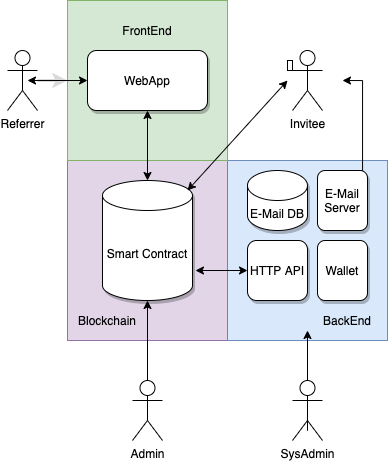
Earlier version of the draw.io export docs/img/services.png (edenia/proton-affiliate). Source tidied: cells renumbered, new cells last; positions are measured from the earlier drawing's top-left corner, leaving out a move shared by most shapes.
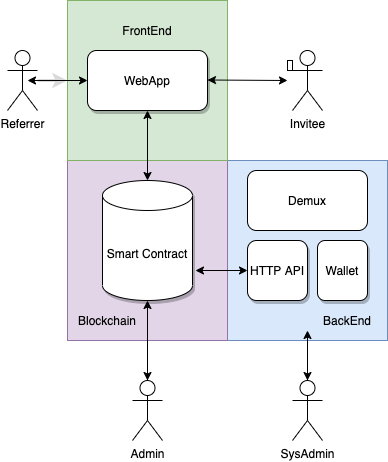
After the change.

The edit, as a diff of the source:
```diff
@@ -2,9 +2,15 @@
   <root>
     <mxCell id="0" />
     <mxCell id="1" parent="0" />
+    <mxCell id="27" style="edgeStyle=orthogonalEdgeStyle;rounded=0;jettySize=auto;html=1;" parent="1" edge="1" source="2" target="24">
+      <mxGeometry relative="1" as="geometry" />
+    </mxCell>
     <mxCell id="2" style="rounded=0;whiteSpace=wrap;html=1;shadow=0;glass=0;sketch=0;fillColor=#dae8fc;strokeColor=#6c8ebf;" parent="1" vertex="1">
       <mxGeometry x="220" y="160" width="160" height="180" as="geometry" />
     </mxCell>
+    <mxCell id="28" style="edgeStyle=orthogonalEdgeStyle;rounded=0;jettySize=auto;html=1;" parent="1" edge="1" source="3" target="22">
+      <mxGeometry relative="1" as="geometry" />
+    </mxCell>
     <mxCell id="3" style="rounded=0;whiteSpace=wrap;html=1;shadow=0;glass=0;sketch=0;fillColor=#e1d5e7;strokeColor=#9673a6;" parent="1" vertex="1">
       <mxGeometry x="60" y="160" width="160" height="180" as="geometry" />
     </mxCell>
@@ -20,23 +26,9 @@
     <mxCell id="7" value="Invitee" style="shape=umlActor;verticalLabelPosition=bottom;verticalAlign=top;html=1;" parent="1" vertex="1">
       <mxGeometry x="285" y="50" width="30" height="60" as="geometry" />
     </mxCell>
-    <mxCell id="8" value="E-Mail DB" style="shape=cylinder3;whiteSpace=wrap;html=1;boundedLbl=1;backgroundOutline=1;size=15;shadow=1;" parent="1" vertex="1">
-      <mxGeometry x="240" y="170" width="60" height="60" as="geometry" />
-    </mxCell>
     <mxCell id="9" value="WebApp" style="rounded=1;whiteSpace=wrap;html=1;glass=0;shadow=1;" parent="1" vertex="1">
       <mxGeometry x="80" y="50" width="120" height="60" as="geometry" />
     </mxCell>
-    <mxCell id="10" style="edgeStyle=orthogonalEdgeStyle;rounded=0;jettySize=auto;html=1;exitX=0.25;exitY=0;exitDx=0;exitDy=0;" parent="1" edge="1" source="11">
-      <mxGeometry relative="1" as="geometry">
-        <mxPoint x="335" y="80" as="targetPoint" />
-        <Array as="points">
-          <mxPoint x="355" y="170" />
-        </Array>
-      </mxGeometry>
-    </mxCell>
-    <mxCell id="11" value="E-Mail&lt;br&gt;Server" style="rounded=1;whiteSpace=wrap;html=1;sketch=0;shadow=1;glass=0;" parent="1" vertex="1">
-      <mxGeometry x="310" y="170" width="50" height="60" as="geometry" />
-    </mxCell>
     <mxCell id="12" value="HTTP API" style="rounded=1;whiteSpace=wrap;html=1;glass=0;shadow=1;" parent="1" vertex="1">
       <mxGeometry x="240" y="240" width="60" height="60" as="geometry" />
     </mxCell>
@@ -53,7 +45,7 @@
     </mxCell>
     <mxCell id="16" style="endArrow=classic;startArrow=classic;html=1;" parent="1" edge="1">
       <mxGeometry relative="1" as="geometry">
-        <mxPoint x="180" y="190" as="sourcePoint" />
+        <mxPoint x="200" y="79.5" as="sourcePoint" />
         <mxPoint x="280" y="80" as="targetPoint" />
       </mxGeometry>
     </mxCell>
@@ -75,13 +67,9 @@
     <mxCell id="22" value="Admin" style="shape=umlActor;verticalLabelPosition=bottom;verticalAlign=top;html=1;outlineConnect=0;" parent="1" vertex="1">
       <mxGeometry x="125" y="380" width="30" height="60" as="geometry" />
     </mxCell>
-    <mxCell id="23" style="edgeStyle=orthogonalEdgeStyle;rounded=0;jettySize=auto;html=1;exitX=0.5;exitY=0.5;exitDx=0;exitDy=0;exitPerimeter=0;entryX=0.5;entryY=1;entryDx=0;entryDy=0;entryPerimeter=0;" parent="1" edge="1" source="24">
+    <mxCell id="23" style="edgeStyle=orthogonalEdgeStyle;rounded=0;jettySize=auto;html=1;exitX=0.5;exitY=0.5;exitDx=0;exitDy=0;exitPerimeter=0;" parent="1" edge="1" source="24">
       <mxGeometry relative="1" as="geometry">
         <mxPoint x="300" y="330" as="targetPoint" />
-        <Array as="points">
-          <mxPoint x="300" y="430" />
-          <mxPoint x="300" y="430" />
-        </Array>
       </mxGeometry>
     </mxCell>
     <mxCell id="24" value="SysAdmin" style="shape=umlActor;verticalLabelPosition=bottom;verticalAlign=top;html=1;outlineConnect=0;" parent="1" vertex="1">
@@ -96,5 +84,8 @@
     <mxCell id="26" style="rounded=0;whiteSpace=wrap;html=1;shadow=0;glass=0;sketch=0;" parent="1" vertex="1">
       <mxGeometry x="280" y="60" width="5" height="10" as="geometry" />
     </mxCell>
+    <mxCell id="29" value="Demux" style="rounded=1;whiteSpace=wrap;html=1;" parent="1" vertex="1">
+      <mxGeometry x="240" y="170" width="120" height="60" as="geometry" />
+    </mxCell>
   </root>
 </mxGraphModel>
```
